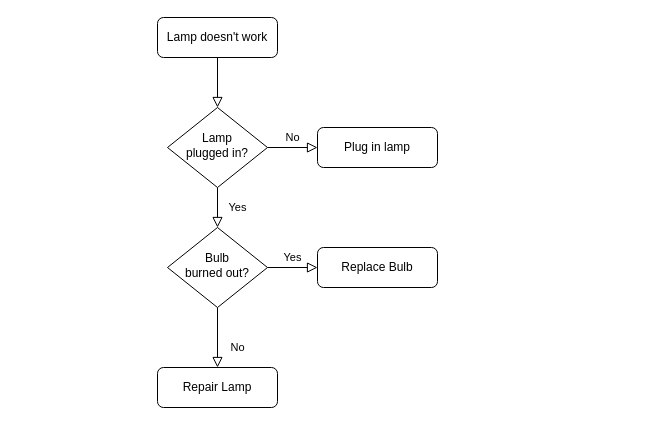
Earlier version of the draw.io diagram gstreamer.drawio (gughets/mrleo). Source tidied: cells renumbered, new cells numbered last; positions are measured from the earlier drawing's top-left corner, leaving out a move shared by most shapes. Both pictures are drawn from the tidied source at 100%, with x=0, y=0 at pixel (157, 17).
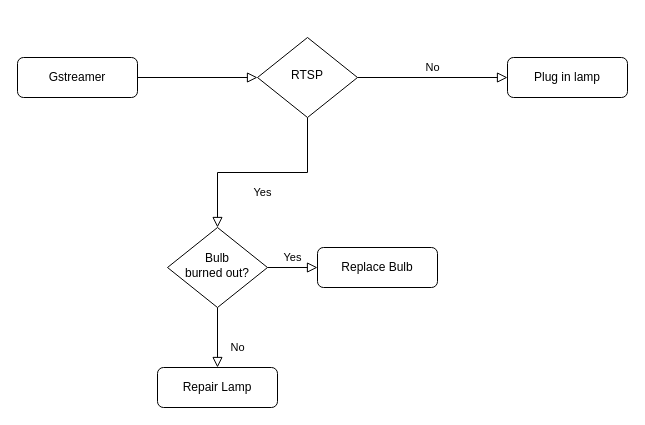
Above is the later version.

The edit, as a diff of the source:
```diff
@@
 <mxGraphModel>
   <root>
     <mxCell id="0" />
     <mxCell id="1" parent="0" />
     <mxCell id="2" style="rounded=0;html=1;jettySize=auto;fontSize=11;endArrow=block;endFill=0;endSize=8;strokeWidth=1;shadow=0;labelBackgroundColor=none;edgeStyle=orthogonalEdgeStyle;" parent="1" edge="1" source="3" target="6">
       <mxGeometry relative="1" as="geometry" />
     </mxCell>
-    <mxCell id="3" value="Lamp doesn't work" style="rounded=1;whiteSpace=wrap;html=1;fontSize=12;glass=0;strokeWidth=1;shadow=0;" parent="1" vertex="1">
-      <mxGeometry width="120" height="40" as="geometry" />
+    <mxCell id="3" value="Gstreamer" style="rounded=1;whiteSpace=wrap;html=1;fontSize=12;glass=0;strokeWidth=1;shadow=0;" parent="1" vertex="1">
+      <mxGeometry x="-140" y="40" width="120" height="40" as="geometry" />
     </mxCell>
     <mxCell id="4" value="Yes" style="rounded=0;html=1;jettySize=auto;fontSize=11;endArrow=block;endFill=0;endSize=8;strokeWidth=1;shadow=0;labelBackgroundColor=none;edgeStyle=orthogonalEdgeStyle;" parent="1" edge="1" source="6" target="10">
       <mxGeometry y="20" relative="1" as="geometry" />
     </mxCell>
     <mxCell id="5" value="No" style="edgeStyle=orthogonalEdgeStyle;rounded=0;html=1;jettySize=auto;fontSize=11;endArrow=block;endFill=0;endSize=8;strokeWidth=1;shadow=0;labelBackgroundColor=none;" parent="1" edge="1" source="6" target="7">
       <mxGeometry y="10" relative="1" as="geometry" />
     </mxCell>
-    <mxCell id="6" value="Lamp&lt;br&gt;plugged in?" style="rhombus;whiteSpace=wrap;html=1;shadow=0;fontFamily=Helvetica;fontSize=12;align=center;strokeWidth=1;spacing=6;spacingTop=-4;" parent="1" vertex="1">
-      <mxGeometry x="10" y="90" width="100" height="80" as="geometry" />
+    <mxCell id="6" value="RTSP" style="rhombus;whiteSpace=wrap;html=1;shadow=0;fontFamily=Helvetica;fontSize=12;align=center;strokeWidth=1;spacing=6;spacingTop=-4;" parent="1" vertex="1">
+      <mxGeometry x="100" y="20" width="100" height="80" as="geometry" />
     </mxCell>
     <mxCell id="7" value="Plug in lamp" style="rounded=1;whiteSpace=wrap;html=1;fontSize=12;glass=0;strokeWidth=1;shadow=0;" parent="1" vertex="1">
-      <mxGeometry x="160" y="110" width="120" height="40" as="geometry" />
+      <mxGeometry x="350" y="40" width="120" height="40" as="geometry" />
     </mxCell>
     <mxCell id="8" value="No" style="rounded=0;html=1;jettySize=auto;fontSize=11;endArrow=block;endFill=0;endSize=8;strokeWidth=1;shadow=0;labelBackgroundColor=none;edgeStyle=orthogonalEdgeStyle;" parent="1" edge="1" source="10" target="11">
       <mxGeometry x="0.33" y="20" relative="1" as="geometry" />
     </mxCell>
     <mxCell id="9" value="Yes" style="edgeStyle=orthogonalEdgeStyle;rounded=0;html=1;jettySize=auto;fontSize=11;endArrow=block;endFill=0;endSize=8;strokeWidth=1;shadow=0;labelBackgroundColor=none;" parent="1" edge="1" source="10" target="12">
       <mxGeometry y="10" relative="1" as="geometry" />
     </mxCell>
     <mxCell id="10" value="Bulb&lt;br&gt;burned out?" style="rhombus;whiteSpace=wrap;html=1;shadow=0;fontFamily=Helvetica;fontSize=12;align=center;strokeWidth=1;spacing=6;spacingTop=-4;" parent="1" vertex="1">
       <mxGeometry x="10" y="210" width="100" height="80" as="geometry" />
     </mxCell>
     <mxCell id="11" value="Repair Lamp" style="rounded=1;whiteSpace=wrap;html=1;fontSize=12;glass=0;strokeWidth=1;shadow=0;" parent="1" vertex="1">
       <mxGeometry y="350" width="120" height="40" as="geometry" />
     </mxCell>
     <mxCell id="12" value="Replace Bulb" style="rounded=1;whiteSpace=wrap;html=1;fontSize=12;glass=0;strokeWidth=1;shadow=0;" parent="1" vertex="1">
       <mxGeometry x="160" y="230" width="120" height="40" as="geometry" />
     </mxCell>
   </root>
 </mxGraphModel>
```
